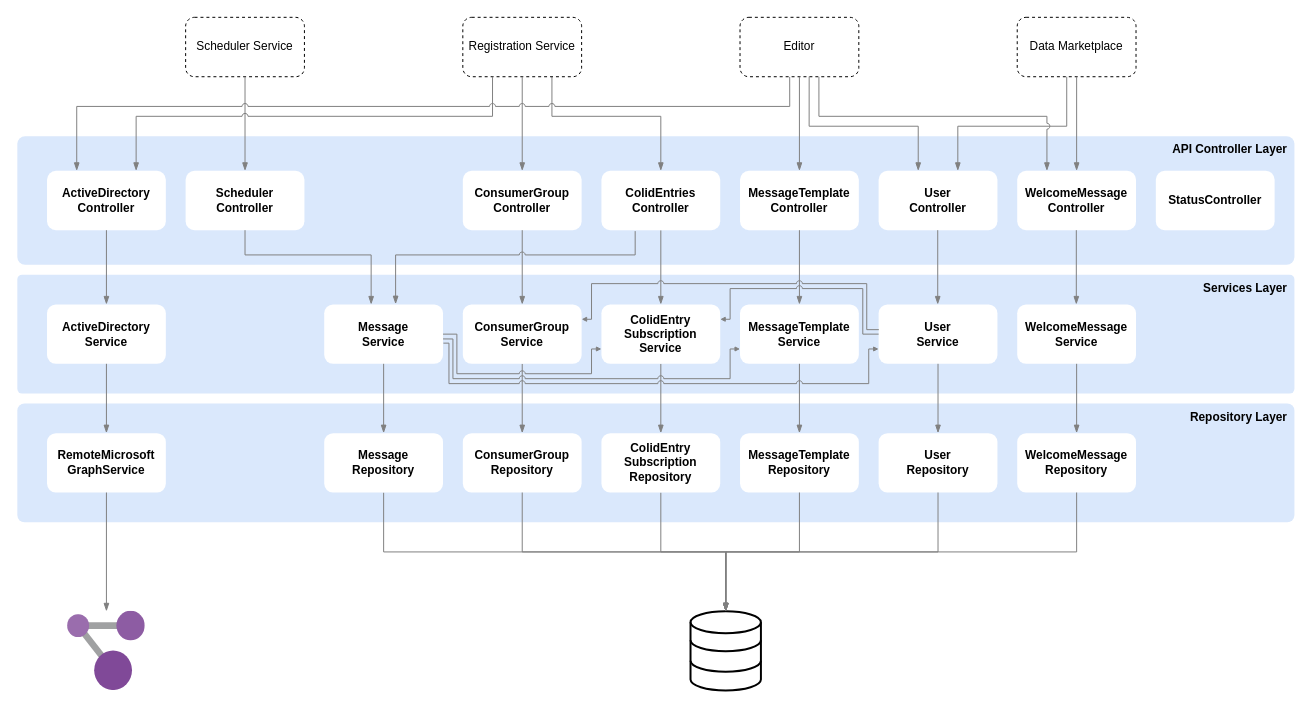
Above: application-parts/appdata-service/assets/appdata_architecture-overview.drawio in Bayer-Group/COLID-Documentation (draw.io), before the change. Source tidied: cells renumbered, new cells numbered last; positions are measured from the earlier drawing's top-left corner, leaving out a move shared by most shapes. Both pictures are drawn from the tidied source at 99%, with x=0, y=0 at pixel (17, 17).
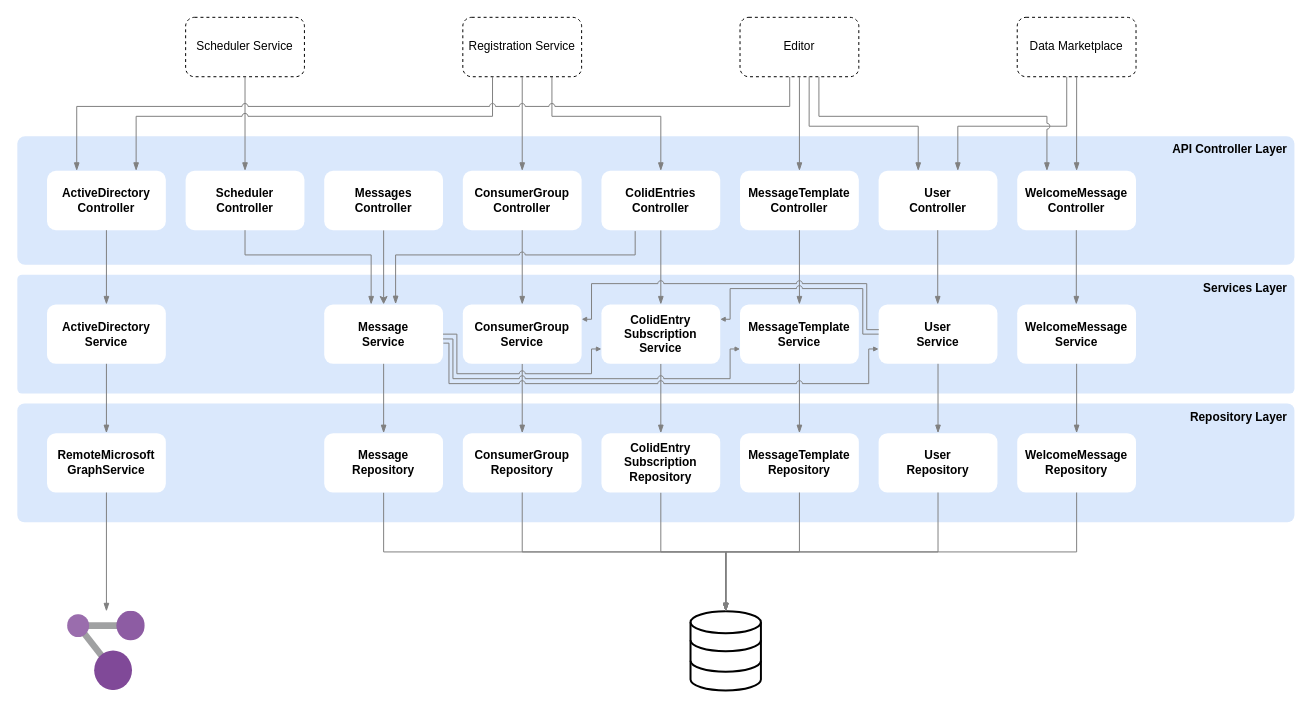
After the change.

Commit message (it also covers changes not shown here):
updated appdata diagrams

The change refers to these unchanged cells:
```xml
<mxCell id="63" value="Message&lt;br&gt;Service" style="rounded=1;whiteSpace=wrap;html=1;fontStyle=1;strokeColor=none;" parent="1" vertex="1">
  <mxGeometry x="310" y="290" width="120" height="60" as="geometry" />
</mxCell>
```

Change to the diagram source:
```diff
@@
-    <mxCell id="7" value="StatusController" style="rounded=1;whiteSpace=wrap;html=1;strokeColor=none;fontStyle=1;" parent="1" vertex="1">
-      <mxGeometry x="1150" y="155" width="120" height="60" as="geometry" />
-    </mxCell>
@@
+    <mxCell id="70" style="edgeStyle=orthogonalEdgeStyle;rounded=0;jettySize=auto;html=1;strokeColor=#808080;" parent="1" edge="1" source="71" target="63">
+      <mxGeometry relative="1" as="geometry" />
+    </mxCell>
+    <mxCell id="71" value="Messages&lt;br&gt;Controller" style="rounded=1;whiteSpace=wrap;html=1;strokeColor=none;fontStyle=1;" parent="1" vertex="1">
+      <mxGeometry x="310" y="155" width="120" height="60" as="geometry" />
+    </mxCell>
```
